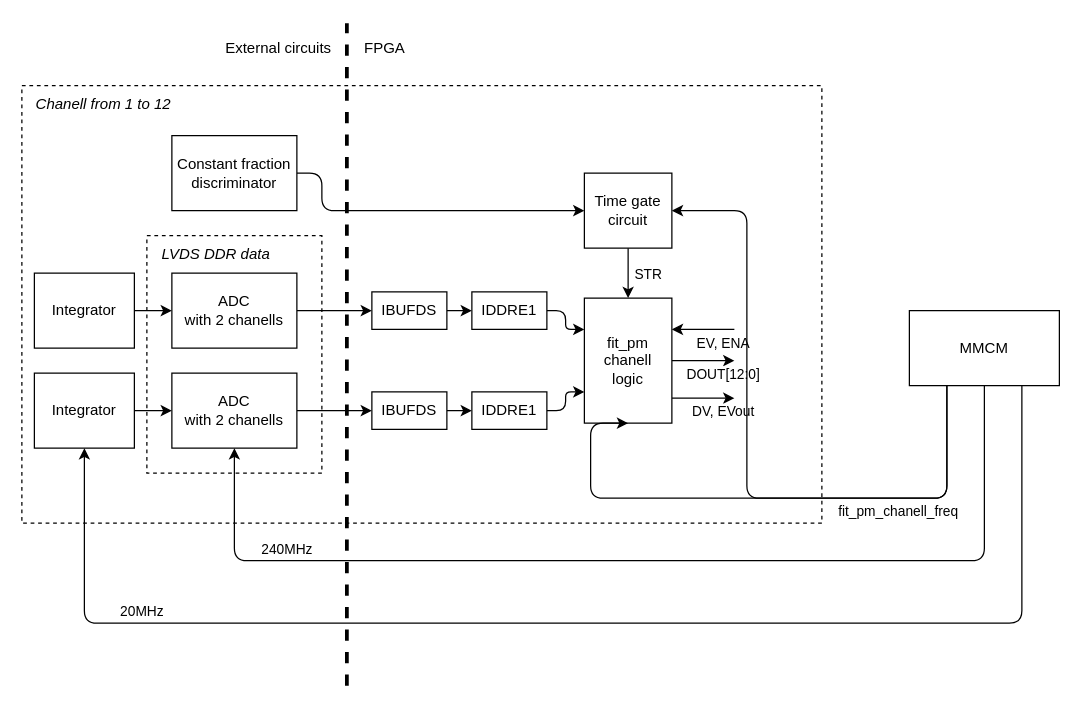
Above: sch/fit_pm_fpga_block.drawio in r-smalec/FIT_PM_GW_CPLD (draw.io), before the change. Source tidied: cells renumbered, new cells numbered last; positions are measured from the earlier drawing's top-left corner, leaving out a move shared by most shapes. Both pictures are drawn from the tidied source at 125%, with x=0, y=0 at pixel (21, 22).
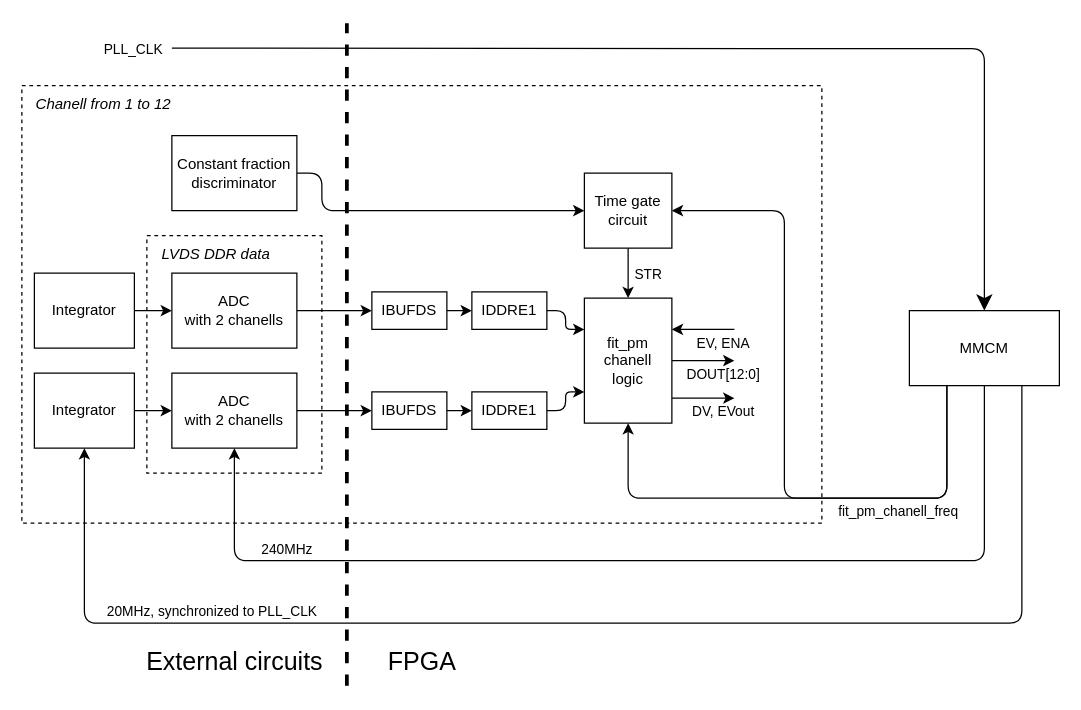
After the change.

Commit message:
fpga block sch

Unchanged cells that the change refers to:
```xml
<mxCell id="16" value="fit_pm&lt;br&gt;chanell&lt;br&gt;logic" style="whiteSpace=wrap;html=1;" parent="1" vertex="1">
  <mxGeometry x="450" y="220" width="70" height="100" as="geometry" />
</mxCell>
<mxCell id="24" style="edgeStyle=orthogonalEdgeStyle;html=1;entryX=0.5;entryY=1;entryDx=0;entryDy=0;" parent="1" edge="1" source="27" target="11">
  <mxGeometry relative="1" as="geometry">
    <Array as="points">
      <mxPoint x="800" y="480" />
      <mxPoint x="50" y="480" />
      <mxPoint x="50" y="340" />
    </Array>
  </mxGeometry>
</mxCell>
<mxCell id="27" value="MMCM" style="whiteSpace=wrap;html=1;" parent="1" vertex="1">
  <mxGeometry x="710" y="230" width="120" height="60" as="geometry" />
</mxCell>
<mxCell id="39" value="Time gate circuit" style="whiteSpace=wrap;html=1;" parent="1" vertex="1">
  <mxGeometry x="450" y="120" width="70" height="60" as="geometry" />
</mxCell>
```

Diff of the diagram source:
```diff
@@
     <mxCell id="20" style="edgeStyle=orthogonalEdgeStyle;html=1;entryX=0.5;entryY=1;entryDx=0;entryDy=0;" parent="1" edge="1" source="27" target="16">
       <mxGeometry relative="1" as="geometry">
         <Array as="points">
           <mxPoint x="740" y="380" />
-          <mxPoint x="455" y="380" />
+          <mxPoint x="485" y="380" />
         </Array>
       </mxGeometry>
     </mxCell>
     <mxCell id="21" value="fit_pm_chanell_freq" style="edgeLabel;html=1;align=center;verticalAlign=middle;" parent="20" vertex="1">
       <mxGeometry x="0.53" y="2" relative="1" as="geometry">
-        <mxPoint x="226" y="8" as="offset" />
+        <mxPoint x="180" y="8" as="offset" />
       </mxGeometry>
     </mxCell>
@@
-    <mxCell id="25" value="20MHz" style="edgeLabel;html=1;align=center;verticalAlign=middle;" parent="24" vertex="1">
+    <mxCell id="25" value="20MHz, synchronized to PLL_CLK" style="edgeLabel;html=1;align=center;verticalAlign=middle;" parent="24" vertex="1">
       <mxGeometry x="0.66" y="-2" relative="1" as="geometry">
-        <mxPoint x="1" y="-8" as="offset" />
+        <mxPoint x="57" y="-8" as="offset" />
       </mxGeometry>
     </mxCell>
     <mxCell id="26" style="edgeStyle=orthogonalEdgeStyle;html=1;entryX=1;entryY=0.5;entryDx=0;entryDy=0;" parent="1" edge="1" source="27" target="39">
       <mxGeometry relative="1" as="geometry">
         <Array as="points">
           <mxPoint x="740" y="380" />
-          <mxPoint x="580" y="380" />
-          <mxPoint x="580" y="150" />
+          <mxPoint x="610" y="380" />
+          <mxPoint x="610" y="150" />
         </Array>
       </mxGeometry>
     </mxCell>
@@
-    <mxCell id="43" value="FPGA" style="text;html=1;align=center;verticalAlign=middle;strokeColor=none;fillColor=none;" parent="1" vertex="1">
-      <mxGeometry x="260" y="5" width="60" height="30" as="geometry" />
+    <mxCell id="43" value="&lt;font style=&quot;font-size: 20px;&quot;&gt;FPGA&lt;/font&gt;" style="text;html=1;align=center;verticalAlign=middle;strokeColor=none;fillColor=none;" parent="1" vertex="1">
+      <mxGeometry x="280" y="490" width="80" height="40" as="geometry" />
     </mxCell>
-    <mxCell id="44" value="External circuits" style="text;html=1;align=center;verticalAlign=middle;strokeColor=none;fillColor=none;" parent="1" vertex="1">
-      <mxGeometry x="150" y="5" width="110" height="30" as="geometry" />
+    <mxCell id="44" value="&lt;font style=&quot;font-size: 20px;&quot;&gt;External circuits&lt;/font&gt;" style="text;html=1;align=center;verticalAlign=middle;strokeColor=none;fillColor=none;strokeWidth=1;" parent="1" vertex="1">
+      <mxGeometry x="90" y="490" width="160" height="40" as="geometry" />
     </mxCell>
+    <mxCell id="45" style="endArrow=classic;html=1;strokeWidth=1;endSize=10;entryX=0.5;entryY=0;entryDx=0;entryDy=0;edgeStyle=orthogonalEdgeStyle;" parent="1" edge="1" target="27">
+      <mxGeometry relative="1" as="geometry">
+        <mxPoint x="120" y="20" as="sourcePoint" />
+      </mxGeometry>
+    </mxCell>
+    <mxCell id="46" value="PLL_CLK" style="edgeLabel;html=1;align=center;verticalAlign=middle;" parent="45" vertex="1">
+      <mxGeometry x="-0.37" y="-4" relative="1" as="geometry">
+        <mxPoint x="-302" y="-4" as="offset" />
+      </mxGeometry>
+    </mxCell>
```
